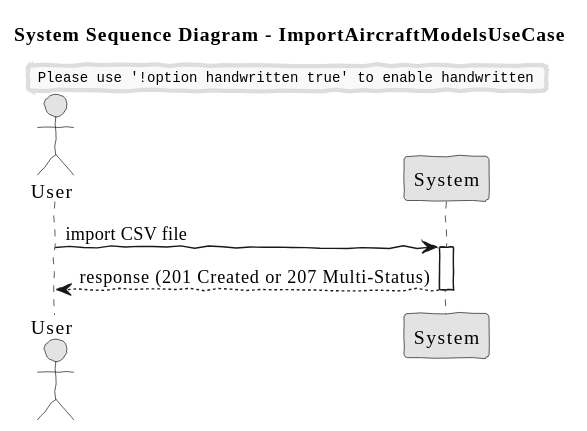
The PlantUML diagram docs/system-documentation/use-cases/BONUS/US225/svg/ssd_ImportAircraftModelsUseCase.svg in VascoMagolo/psoft_1231562_1241692_1242036_2db, before a commit.
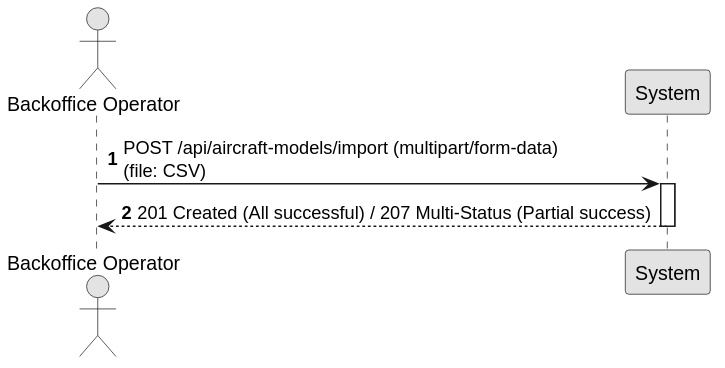
Later version of the same file.

What changed in the source:
```diff
@@ -1,17 +1,14 @@
 @startuml
-skinparam handwritten true
+autonumber
 skinparam monochrome true
 skinparam packageStyle rect
-skinparam defaultFontName FG Virgil
 skinparam shadowing false
 
-title System Sequence Diagram - ImportAircraftModelsUseCase
+actor "Backoffice Operator" as Actor
+participant "System" as Sys
 
-actor "User" as user
-participant "System" as sys
-
-user -> sys: import CSV file
-activate sys
-sys --> user: response (201 Created or 207 Multi-Status)
-deactivate sys
+Actor -> Sys : POST /api/aircraft-models/import (multipart/form-data)\n(file: CSV)
+activate Sys
+Sys --> Actor : 201 Created (All successful) / 207 Multi-Status (Partial success)
+deactivate Sys
 @enduml
```
